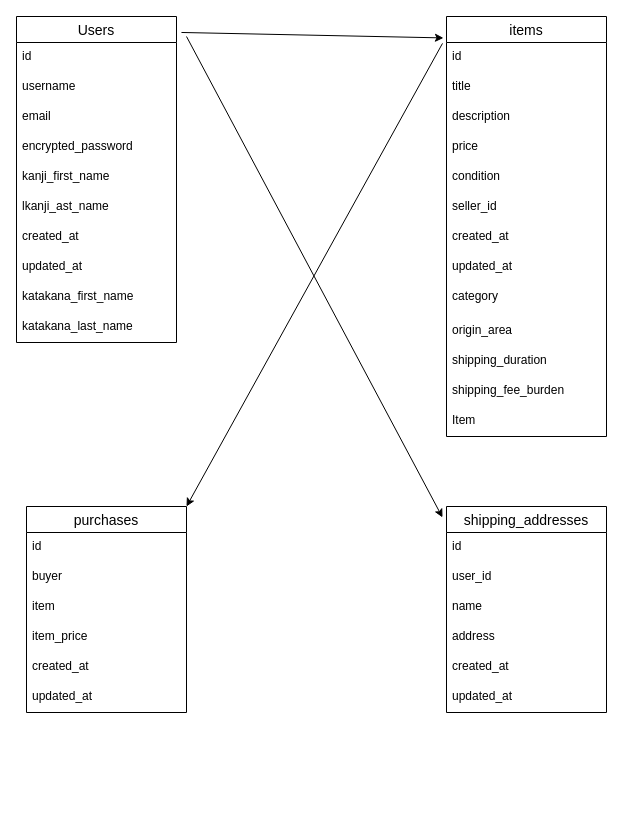
okadarenta/furima-39680 keeps this draw.io diagram as furima.dio. Above is the earlier version. Source tidied: cells renumbered, new cells numbered last; positions are measured from the earlier drawing's top-left corner, leaving out a move shared by most shapes. Both pictures are drawn from the tidied source at 100%, with x=0, y=0 at pixel (16, 16).
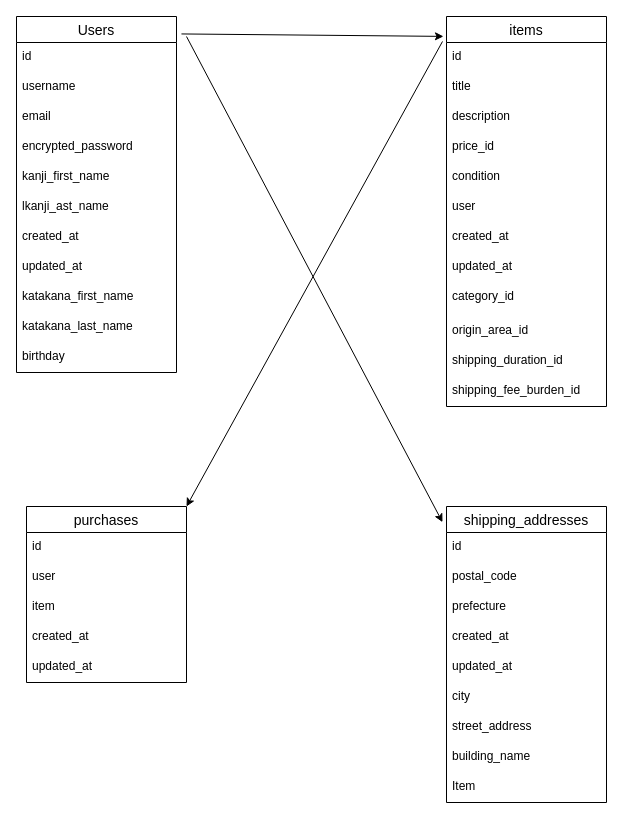
The same page after the edit.

Commit message (it also covers changes not shown here):
データベース設計３

Change to the diagram source:
```diff
@@
     <mxCell id="2" value="Users" style="swimlane;fontStyle=0;horizontal=1;startSize=26;align=center;fontSize=14;" parent="1" vertex="1">
-      <mxGeometry width="160" height="326" as="geometry" />
+      <mxGeometry width="160" height="356" as="geometry" />
     </mxCell>
@@
+    <mxCell id="44" value="birthday" style="text;strokeColor=none;fillColor=none;spacingLeft=4;spacingRight=4;overflow=hidden;fontSize=12;" parent="2" vertex="1">
+      <mxGeometry y="326" width="160" height="30" as="geometry" />
+    </mxCell>
     <mxCell id="13" value="items" style="swimlane;fontStyle=0;horizontal=1;startSize=26;align=center;fontSize=14;" parent="1" vertex="1">
-      <mxGeometry x="430" width="160" height="420" as="geometry" />
+      <mxGeometry x="430" width="160" height="390" as="geometry" />
     </mxCell>
@@
-    <mxCell id="17" value="price" style="text;strokeColor=none;fillColor=none;spacingLeft=4;spacingRight=4;overflow=hidden;fontSize=12;" parent="13" vertex="1">
+    <mxCell id="17" value="price_id" style="text;strokeColor=none;fillColor=none;spacingLeft=4;spacingRight=4;overflow=hidden;fontSize=12;" parent="13" vertex="1">
       <mxGeometry y="116" width="160" height="30" as="geometry" />
     </mxCell>
@@
-    <mxCell id="19" value="seller_id" style="text;strokeColor=none;fillColor=none;spacingLeft=4;spacingRight=4;overflow=hidden;fontSize=12;" parent="13" vertex="1">
+    <mxCell id="19" value="user" style="text;strokeColor=none;fillColor=none;spacingLeft=4;spacingRight=4;overflow=hidden;fontSize=12;" parent="13" vertex="1">
       <mxGeometry y="176" width="160" height="30" as="geometry" />
     </mxCell>
@@
-    <mxCell id="22" value="category" style="text;strokeColor=none;fillColor=none;spacingLeft=4;spacingRight=4;overflow=hidden;fontSize=12;" parent="13" vertex="1">
+    <mxCell id="22" value="category_id" style="text;strokeColor=none;fillColor=none;spacingLeft=4;spacingRight=4;overflow=hidden;fontSize=12;" parent="13" vertex="1">
       <mxGeometry y="266" width="160" height="34" as="geometry" />
     </mxCell>
-    <mxCell id="23" value="origin_area" style="text;strokeColor=none;fillColor=none;spacingLeft=4;spacingRight=4;overflow=hidden;fontSize=12;" parent="13" vertex="1">
+    <mxCell id="23" value="origin_area_id" style="text;strokeColor=none;fillColor=none;spacingLeft=4;spacingRight=4;overflow=hidden;fontSize=12;" parent="13" vertex="1">
       <mxGeometry y="300" width="160" height="30" as="geometry" />
     </mxCell>
-    <mxCell id="24" value="shipping_duration" style="text;strokeColor=none;fillColor=none;spacingLeft=4;spacingRight=4;overflow=hidden;fontSize=12;" parent="13" vertex="1">
+    <mxCell id="24" value="shipping_duration_id" style="text;strokeColor=none;fillColor=none;spacingLeft=4;spacingRight=4;overflow=hidden;fontSize=12;" parent="13" vertex="1">
       <mxGeometry y="330" width="160" height="30" as="geometry" />
     </mxCell>
-    <mxCell id="25" value="shipping_fee_burden" style="text;strokeColor=none;fillColor=none;spacingLeft=4;spacingRight=4;overflow=hidden;fontSize=12;" parent="13" vertex="1">
+    <mxCell id="25" value="shipping_fee_burden_id" style="text;strokeColor=none;fillColor=none;spacingLeft=4;spacingRight=4;overflow=hidden;fontSize=12;" parent="13" vertex="1">
       <mxGeometry y="360" width="160" height="30" as="geometry" />
     </mxCell>
-    <mxCell id="26" value="Item" style="text;strokeColor=none;fillColor=none;spacingLeft=4;spacingRight=4;overflow=hidden;fontSize=12;" parent="13" vertex="1">
-      <mxGeometry y="390" width="160" height="30" as="geometry" />
-    </mxCell>
     <mxCell id="27" value="purchases" style="swimlane;fontStyle=0;horizontal=1;startSize=26;align=center;fontSize=14;" parent="1" vertex="1">
-      <mxGeometry x="10" y="490" width="160" height="206" as="geometry" />
+      <mxGeometry x="10" y="490" width="160" height="176" as="geometry" />
     </mxCell>
@@
-    <mxCell id="29" value="buyer" style="text;strokeColor=none;fillColor=none;spacingLeft=4;spacingRight=4;overflow=hidden;fontSize=12;" parent="27" vertex="1">
+    <mxCell id="29" value="user" style="text;strokeColor=none;fillColor=none;spacingLeft=4;spacingRight=4;overflow=hidden;fontSize=12;" parent="27" vertex="1">
       <mxGeometry y="56" width="160" height="30" as="geometry" />
     </mxCell>
@@
-    <mxCell id="31" value="item_price" style="text;strokeColor=none;fillColor=none;spacingLeft=4;spacingRight=4;overflow=hidden;fontSize=12;" parent="27" vertex="1">
-      <mxGeometry y="116" width="160" height="30" as="geometry" />
-    </mxCell>
     <mxCell id="32" value="created_at" style="text;strokeColor=none;fillColor=none;spacingLeft=4;spacingRight=4;overflow=hidden;fontSize=12;" parent="27" vertex="1">
-      <mxGeometry y="146" width="160" height="30" as="geometry" />
+      <mxGeometry y="116" width="160" height="30" as="geometry" />
     </mxCell>
     <mxCell id="33" value="updated_at" style="text;strokeColor=none;fillColor=none;spacingLeft=4;spacingRight=4;overflow=hidden;fontSize=12;" parent="27" vertex="1">
-      <mxGeometry y="176" width="160" height="30" as="geometry" />
+      <mxGeometry y="146" width="160" height="30" as="geometry" />
     </mxCell>
     <mxCell id="34" value="shipping_addresses" style="swimlane;fontStyle=0;horizontal=1;startSize=26;align=center;fontSize=14;" parent="1" vertex="1">
-      <mxGeometry x="430" y="490" width="160" height="206" as="geometry" />
+      <mxGeometry x="430" y="490" width="160" height="296" as="geometry" />
     </mxCell>
@@
-    <mxCell id="36" value="user_id" style="text;strokeColor=none;fillColor=none;spacingLeft=4;spacingRight=4;overflow=hidden;fontSize=12;" parent="34" vertex="1">
-      <mxGeometry y="56" width="160" height="30" as="geometry" />
-    </mxCell>
-    <mxCell id="37" value="name" style="text;strokeColor=none;fillColor=none;spacingLeft=4;spacingRight=4;overflow=hidden;fontSize=12;" parent="34" vertex="1">
-      <mxGeometry y="86" width="160" height="30" as="geometry" />
+    <mxCell id="37" value="postal_code" style="text;strokeColor=none;fillColor=none;spacingLeft=4;spacingRight=4;overflow=hidden;fontSize=12;" parent="34" vertex="1">
+      <mxGeometry y="56" width="160" height="30" as="geometry" />
     </mxCell>
-    <mxCell id="38" value="address" style="text;strokeColor=none;fillColor=none;spacingLeft=4;spacingRight=4;overflow=hidden;fontSize=12;" parent="34" vertex="1">
-      <mxGeometry y="116" width="160" height="30" as="geometry" />
+    <mxCell id="38" value="prefecture" style="text;strokeColor=none;fillColor=none;spacingLeft=4;spacingRight=4;overflow=hidden;fontSize=12;" parent="34" vertex="1">
+      <mxGeometry y="86" width="160" height="30" as="geometry" />
     </mxCell>
     <mxCell id="39" value="created_at" style="text;strokeColor=none;fillColor=none;spacingLeft=4;spacingRight=4;overflow=hidden;fontSize=12;" parent="34" vertex="1">
-      <mxGeometry y="146" width="160" height="30" as="geometry" />
+      <mxGeometry y="116" width="160" height="30" as="geometry" />
     </mxCell>
     <mxCell id="40" value="updated_at" style="text;strokeColor=none;fillColor=none;spacingLeft=4;spacingRight=4;overflow=hidden;fontSize=12;" parent="34" vertex="1">
-      <mxGeometry y="176" width="160" height="30" as="geometry" />
+      <mxGeometry y="146" width="160" height="30" as="geometry" />
     </mxCell>
+    <mxCell id="45" value="city" style="text;strokeColor=none;fillColor=none;spacingLeft=4;spacingRight=4;overflow=hidden;fontSize=12;" parent="34" vertex="1">
+      <mxGeometry y="176" width="160" height="30" as="geometry" />
+    </mxCell>
+    <mxCell id="46" value="street_address" style="text;strokeColor=none;fillColor=none;spacingLeft=4;spacingRight=4;overflow=hidden;fontSize=12;" parent="34" vertex="1">
+      <mxGeometry y="206" width="160" height="30" as="geometry" />
+    </mxCell>
+    <mxCell id="47" value="building_name" style="text;strokeColor=none;fillColor=none;spacingLeft=4;spacingRight=4;overflow=hidden;fontSize=12;" parent="34" vertex="1">
+      <mxGeometry y="236" width="160" height="30" as="geometry" />
+    </mxCell>
+    <mxCell id="26" value="Item" style="text;strokeColor=none;fillColor=none;spacingLeft=4;spacingRight=4;overflow=hidden;fontSize=12;" parent="34" vertex="1">
+      <mxGeometry y="266" width="160" height="30" as="geometry" />
+    </mxCell>
```
